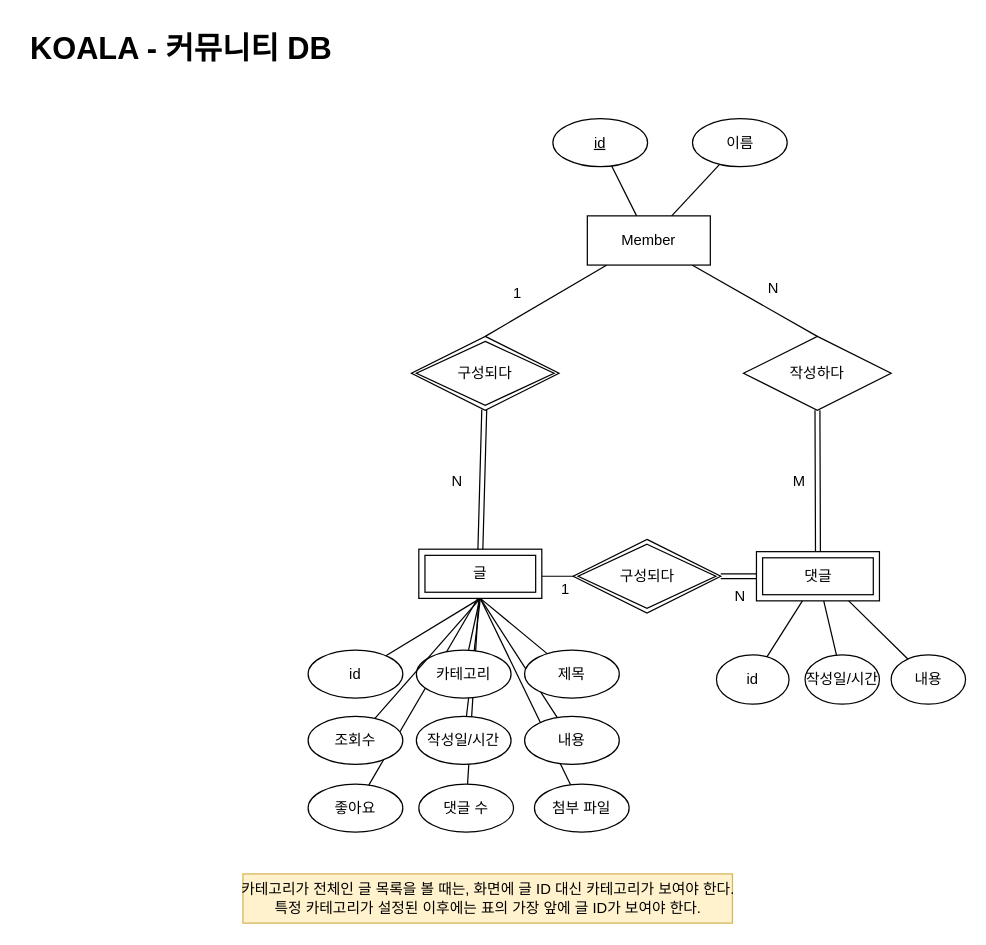
This is DBArchitecture/koala_community.drawio from cobinding/draw.io_collection, a draw.io file, before an edit. Source tidied: cells renumbered, new cells numbered last; positions are measured from the earlier drawing's top-left corner, leaving out a move shared by most shapes. Both pictures are drawn from the tidied source at 123%, with x=0, y=0 at pixel (21, 21).
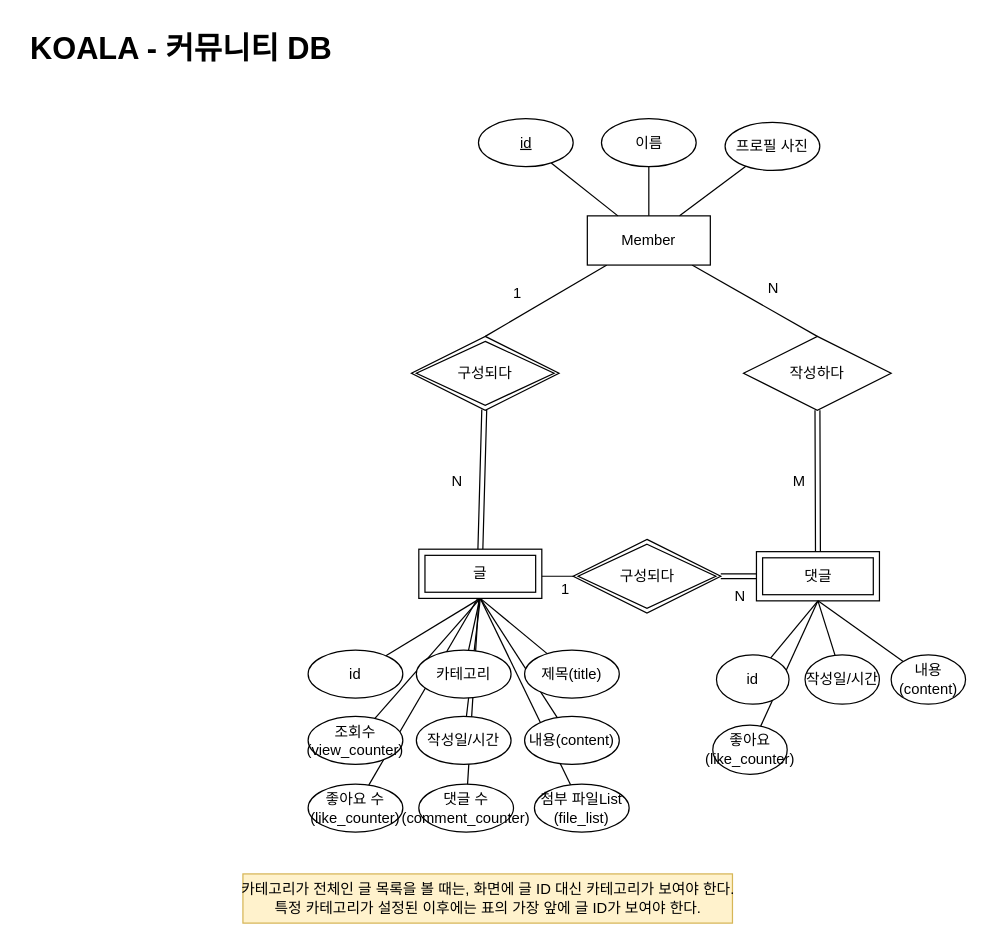
The same page after the edit.

Unchanged cells that the change refers to:
```xml
<mxCell id="9" value="Member" style="whiteSpace=wrap;html=1;align=center;" parent="1" vertex="1">
  <mxGeometry x="460" y="158" width="100" height="40" as="geometry" />
</mxCell>
<mxCell id="11" value="댓글" style="shape=ext;margin=3;double=1;whiteSpace=wrap;html=1;align=center;" parent="1" vertex="1">
  <mxGeometry x="597.5" y="431" width="100" height="40" as="geometry" />
</mxCell>
<mxCell id="28" value="글" style="shape=ext;margin=3;double=1;whiteSpace=wrap;html=1;align=center;" parent="1" vertex="1">
  <mxGeometry x="323" y="429" width="100" height="40" as="geometry" />
</mxCell>
<mxCell id="38" value="id" style="ellipse;whiteSpace=wrap;html=1;align=center;" parent="1" vertex="1">
  <mxGeometry x="565" y="515" width="59" height="40" as="geometry" />
</mxCell>
<mxCell id="40" value="작성일/시간" style="ellipse;whiteSpace=wrap;html=1;align=center;" parent="1" vertex="1">
  <mxGeometry x="637" y="515" width="60.5" height="40" as="geometry" />
</mxCell>
```

What changed in the source:
```diff
@@
+    <mxCell id="48" style="rounded=0;jettySize=auto;html=1;entryX=0.5;entryY=1;entryDx=0;entryDy=0;endArrow=none;endFill=0;" parent="1" edge="1" source="27" target="28">
+      <mxGeometry relative="1" as="geometry" />
+    </mxCell>
+    <mxCell id="50" style="rounded=0;jettySize=auto;html=1;endArrow=none;endFill=0;entryX=0.5;entryY=1;entryDx=0;entryDy=0;" parent="1" edge="1" source="51" target="11">
+      <mxGeometry relative="1" as="geometry" />
+    </mxCell>
@@
-    <mxCell id="27" value="조회수" style="ellipse;whiteSpace=wrap;html=1;align=center;" parent="1" vertex="1">
+    <mxCell id="27" value="조회수(view_counter)" style="ellipse;whiteSpace=wrap;html=1;align=center;" parent="1" vertex="1">
       <mxGeometry x="233" y="565" width="77" height="39" as="geometry" />
     </mxCell>
@@
     <mxCell id="31" value="&lt;u&gt;id&lt;/u&gt;" style="ellipse;whiteSpace=wrap;html=1;align=center;" parent="1" vertex="1">
-      <mxGeometry x="432" y="79" width="77" height="39" as="geometry" />
+      <mxGeometry x="371.5" y="79" width="77" height="39" as="geometry" />
     </mxCell>
@@
-    <mxCell id="34" value="제목" style="ellipse;whiteSpace=wrap;html=1;align=center;" parent="1" vertex="1">
+    <mxCell id="34" value="제목(title)" style="ellipse;whiteSpace=wrap;html=1;align=center;" parent="1" vertex="1">
       <mxGeometry x="409" y="511" width="77" height="39" as="geometry" />
     </mxCell>
-    <mxCell id="35" value="내용" style="ellipse;whiteSpace=wrap;html=1;align=center;" parent="1" vertex="1">
+    <mxCell id="35" value="내용(content)" style="ellipse;whiteSpace=wrap;html=1;align=center;" parent="1" vertex="1">
       <mxGeometry x="409" y="565" width="77" height="39" as="geometry" />
     </mxCell>
@@
-    <mxCell id="37" style="rounded=0;jettySize=auto;html=1;endArrow=none;endFill=0;" parent="1" edge="1" source="38" target="11">
+    <mxCell id="37" style="rounded=0;jettySize=auto;html=1;endArrow=none;endFill=0;entryX=0.5;entryY=1;entryDx=0;entryDy=0;" parent="1" edge="1" source="38" target="11">
       <mxGeometry relative="1" as="geometry" />
     </mxCell>
@@
-    <mxCell id="39" style="rounded=0;jettySize=auto;html=1;endArrow=none;endFill=0;" parent="1" edge="1" source="40" target="11">
+    <mxCell id="39" style="rounded=0;jettySize=auto;html=1;endArrow=none;endFill=0;entryX=0.5;entryY=1;entryDx=0;entryDy=0;" parent="1" edge="1" source="40" target="11">
       <mxGeometry relative="1" as="geometry" />
     </mxCell>
@@
-    <mxCell id="41" style="rounded=0;jettySize=auto;html=1;entryX=0.75;entryY=1;entryDx=0;entryDy=0;endArrow=none;endFill=0;" parent="1" edge="1" source="42" target="11">
+    <mxCell id="41" style="rounded=0;jettySize=auto;html=1;entryX=0.5;entryY=1;entryDx=0;entryDy=0;endArrow=none;endFill=0;" parent="1" edge="1" source="42" target="11">
       <mxGeometry relative="1" as="geometry" />
     </mxCell>
-    <mxCell id="42" value="내용" style="ellipse;whiteSpace=wrap;html=1;align=center;" parent="1" vertex="1">
+    <mxCell id="42" value="내용(content)" style="ellipse;whiteSpace=wrap;html=1;align=center;" parent="1" vertex="1">
       <mxGeometry x="707" y="515" width="60.5" height="40" as="geometry" />
     </mxCell>
@@
     <mxCell id="44" value="이름" style="ellipse;whiteSpace=wrap;html=1;align=center;" parent="1" vertex="1">
-      <mxGeometry x="545.5" y="79" width="77" height="39" as="geometry" />
+      <mxGeometry x="471.5" y="79" width="77" height="39" as="geometry" />
     </mxCell>
-    <mxCell id="45" value="좋아요" style="ellipse;whiteSpace=wrap;html=1;align=center;" parent="1" vertex="1">
+    <mxCell id="45" value="좋아요 수&lt;div&gt;(like_counter)&lt;/div&gt;" style="ellipse;whiteSpace=wrap;html=1;align=center;" parent="1" vertex="1">
       <mxGeometry x="233" y="620" width="77" height="39" as="geometry" />
     </mxCell>
-    <mxCell id="46" value="댓글 수" style="ellipse;whiteSpace=wrap;html=1;align=center;" parent="1" vertex="1">
+    <mxCell id="46" value="댓글 수&lt;div&gt;(comment_counter)&lt;/div&gt;" style="ellipse;whiteSpace=wrap;html=1;align=center;" parent="1" vertex="1">
       <mxGeometry x="323" y="620" width="77" height="39" as="geometry" />
     </mxCell>
-    <mxCell id="47" value="첨부 파일" style="ellipse;whiteSpace=wrap;html=1;align=center;" parent="1" vertex="1">
+    <mxCell id="47" value="첨부 파일List&lt;div&gt;(file_list)&lt;/div&gt;" style="ellipse;whiteSpace=wrap;html=1;align=center;" parent="1" vertex="1">
       <mxGeometry x="417" y="620" width="77" height="39" as="geometry" />
     </mxCell>
-    <mxCell id="48" style="rounded=0;jettySize=auto;html=1;entryX=0.5;entryY=1;entryDx=0;entryDy=0;endArrow=none;endFill=0;" parent="1" edge="1" source="27" target="28">
-      <mxGeometry relative="1" as="geometry" />
-    </mxCell>
@@
+    <mxCell id="51" value="좋아요&lt;div&gt;(like_counter)&lt;/div&gt;" style="ellipse;whiteSpace=wrap;html=1;align=center;" parent="1" vertex="1">
+      <mxGeometry x="562" y="572" width="60.5" height="40" as="geometry" />
+    </mxCell>
+    <mxCell id="52" style="rounded=0;jettySize=auto;html=1;entryX=0.75;entryY=0;entryDx=0;entryDy=0;endArrow=none;endFill=0;" parent="1" edge="1" source="53" target="9">
+      <mxGeometry relative="1" as="geometry" />
+    </mxCell>
+    <mxCell id="53" value="프로필 사진" style="ellipse;whiteSpace=wrap;html=1;align=center;" parent="1" vertex="1">
+      <mxGeometry x="572" y="82" width="77" height="39" as="geometry" />
+    </mxCell>
```
